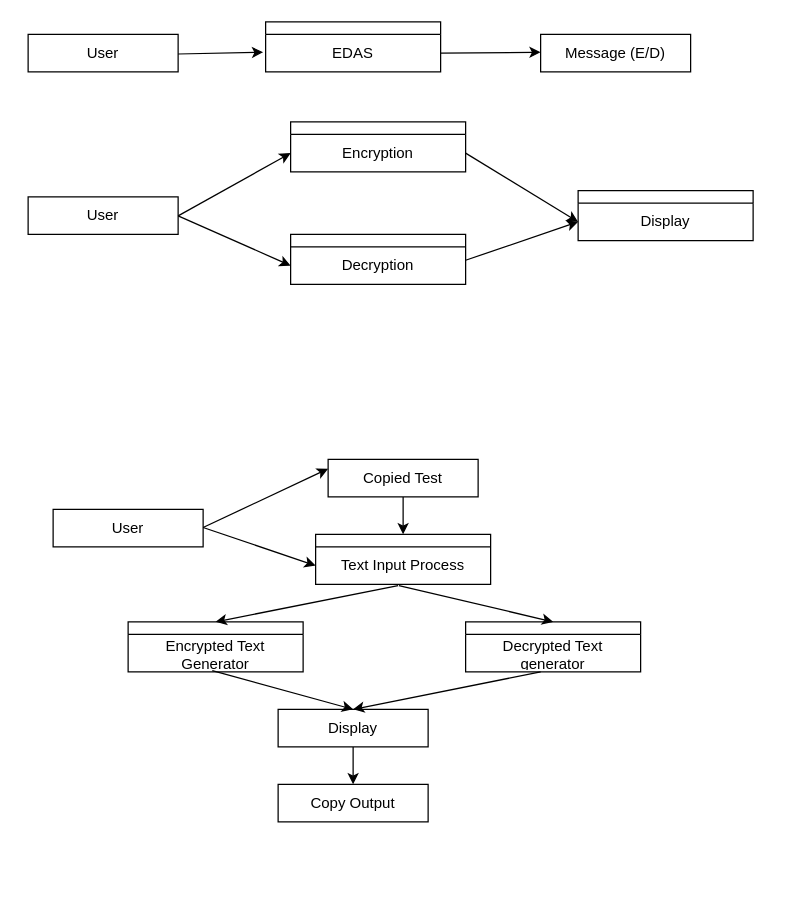
Earlier version of the draw.io diagram Information Analyst.drawio (unknownowl007/Nur-Tarikul-islam). Source tidied: cells renumbered, new cells numbered last; positions are measured from the earlier drawing's top-left corner, leaving out a move shared by most shapes. Both pictures are drawn from the tidied source at 125%, with x=0, y=0 at pixel (28, 21).
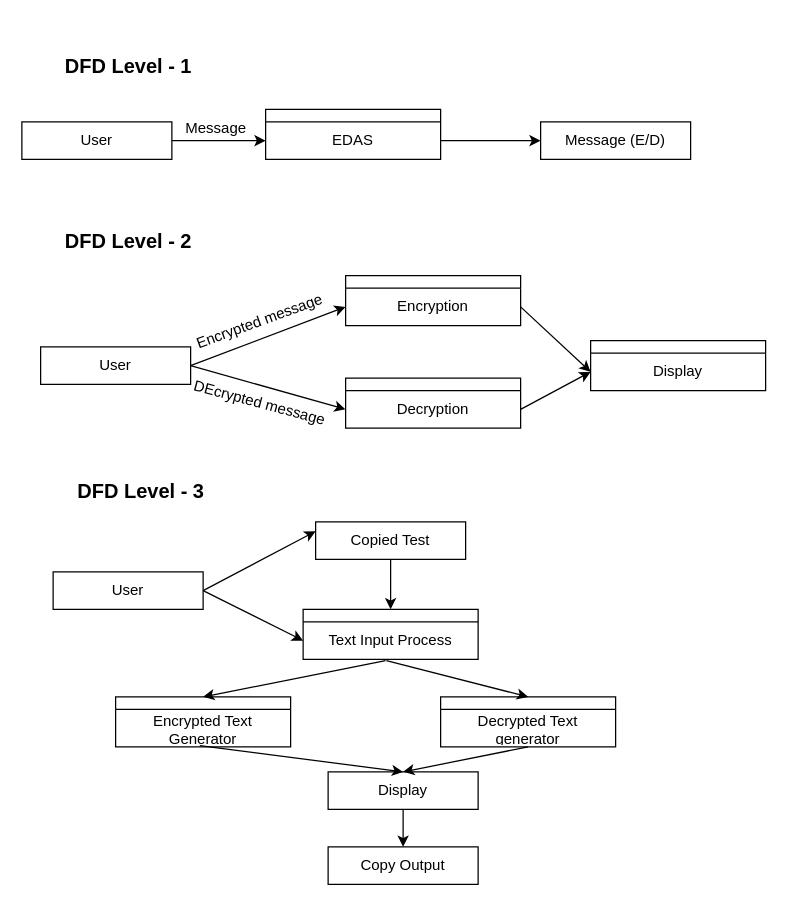
The same page after the edit.

Unchanged cells that the change refers to:
```xml
<mxCell id="4" value="EDAS" style="text;strokeColor=none;fillColor=none;align=center;verticalAlign=middle;spacingLeft=4;spacingRight=4;overflow=hidden;points=[[0,0.5],[1,0.5]];portConstraint=eastwest;whiteSpace=wrap;html=1;" parent="3" vertex="1">
  <mxGeometry y="10" width="140" height="30" as="geometry" />
</mxCell>
<mxCell id="10" value="Encryption" style="text;strokeColor=none;fillColor=none;align=center;verticalAlign=middle;spacingLeft=4;spacingRight=4;overflow=hidden;points=[[0,0.5],[1,0.5]];portConstraint=eastwest;whiteSpace=wrap;html=1;" parent="9" vertex="1">
  <mxGeometry y="10" width="140" height="30" as="geometry" />
</mxCell>
<mxCell id="12" value="Decryption" style="text;strokeColor=none;fillColor=none;align=center;verticalAlign=middle;spacingLeft=4;spacingRight=4;overflow=hidden;points=[[0,0.5],[1,0.5]];portConstraint=eastwest;whiteSpace=wrap;html=1;" parent="11" vertex="1">
  <mxGeometry y="10" width="140" height="30" as="geometry" />
</mxCell>
<mxCell id="15" value="Text Input Process" style="text;strokeColor=none;fillColor=none;align=center;verticalAlign=middle;spacingLeft=4;spacingRight=4;overflow=hidden;points=[[0,0.5],[1,0.5]];portConstraint=eastwest;whiteSpace=wrap;html=1;" parent="14" vertex="1">
  <mxGeometry y="10" width="140" height="30" as="geometry" />
</mxCell>
<mxCell id="24" value="Display" style="text;strokeColor=none;fillColor=none;align=center;verticalAlign=middle;spacingLeft=4;spacingRight=4;overflow=hidden;points=[[0,0.5],[1,0.5]];portConstraint=eastwest;whiteSpace=wrap;html=1;" parent="23" vertex="1">
  <mxGeometry y="10" width="140" height="30" as="geometry" />
</mxCell>
```

What changed in the source:
```diff
@@
     <mxCell id="2" value="User" style="rounded=0;whiteSpace=wrap;html=1;" parent="1" vertex="1">
-      <mxGeometry y="10" width="120" height="30" as="geometry" />
+      <mxGeometry x="-5" y="80" width="120" height="30" as="geometry" />
     </mxCell>
     <mxCell id="3" style="swimlane;fontStyle=0;horizontal=1;startSize=10;whiteSpace=wrap;html=1;" parent="1" vertex="1">
-      <mxGeometry x="190" width="140" height="40" as="geometry" />
+      <mxGeometry x="190" y="70" width="140" height="40" as="geometry" />
     </mxCell>
@@
     <mxCell id="5" value="Message (E/D)" style="rounded=0;whiteSpace=wrap;html=1;" parent="1" vertex="1">
-      <mxGeometry x="410" y="10" width="120" height="30" as="geometry" />
+      <mxGeometry x="410" y="80" width="120" height="30" as="geometry" />
     </mxCell>
-    <mxCell id="6" style="endArrow=classic;html=1;rounded=0;entryX=-0.014;entryY=0.289;entryDx=0;entryDy=0;entryPerimeter=0;" parent="1" edge="1">
-      <mxGeometry relative="1" as="geometry">
-        <mxPoint x="120" y="25.7" as="sourcePoint" />
-        <mxPoint x="188" y="24.3" as="targetPoint" />
-      </mxGeometry>
+    <mxCell id="6" style="endArrow=classic;html=1;rounded=0;entryX=0;entryY=0.5;entryDx=0;entryDy=0;exitX=1;exitY=0.5;exitDx=0;exitDy=0;" parent="1" edge="1" source="2" target="4">
+      <mxGeometry relative="1" as="geometry" />
     </mxCell>
-    <mxCell id="7" style="endArrow=classic;html=1;rounded=0;entryX=-0.014;entryY=0.289;entryDx=0;entryDy=0;entryPerimeter=0;exitX=1;exitY=0.5;exitDx=0;exitDy=0;" parent="1" edge="1" source="4">
-      <mxGeometry relative="1" as="geometry">
-        <mxPoint x="410" y="24.3" as="targetPoint" />
-      </mxGeometry>
+    <mxCell id="7" style="endArrow=classic;html=1;rounded=0;entryX=0;entryY=0.5;entryDx=0;entryDy=0;exitX=1;exitY=0.5;exitDx=0;exitDy=0;" parent="1" edge="1" source="4" target="5">
+      <mxGeometry relative="1" as="geometry" />
     </mxCell>
     <mxCell id="8" value="User" style="rounded=0;whiteSpace=wrap;html=1;" parent="1" vertex="1">
-      <mxGeometry y="140" width="120" height="30" as="geometry" />
+      <mxGeometry x="10" y="260" width="120" height="30" as="geometry" />
     </mxCell>
     <mxCell id="9" style="swimlane;fontStyle=0;horizontal=1;startSize=10;whiteSpace=wrap;html=1;" parent="1" vertex="1">
-      <mxGeometry x="210" y="80" width="140" height="40" as="geometry" />
+      <mxGeometry x="254" y="203" width="140" height="40" as="geometry" />
     </mxCell>
@@
     <mxCell id="11" style="swimlane;fontStyle=0;horizontal=1;startSize=10;whiteSpace=wrap;html=1;" parent="1" vertex="1">
-      <mxGeometry x="210" y="170" width="140" height="40" as="geometry" />
+      <mxGeometry x="254" y="285" width="140" height="40" as="geometry" />
     </mxCell>
@@
     <mxCell id="13" value="User" style="rounded=0;whiteSpace=wrap;html=1;" parent="1" vertex="1">
-      <mxGeometry x="20" y="390" width="120" height="30" as="geometry" />
+      <mxGeometry x="20" y="440" width="120" height="30" as="geometry" />
     </mxCell>
     <mxCell id="14" style="swimlane;fontStyle=0;horizontal=1;startSize=10;whiteSpace=wrap;html=1;" parent="1" vertex="1">
-      <mxGeometry x="230" y="410" width="140" height="40" as="geometry" />
+      <mxGeometry x="220" y="470" width="140" height="40" as="geometry" />
     </mxCell>
@@
     <mxCell id="16" value="Copied Test" style="rounded=0;whiteSpace=wrap;html=1;" parent="1" vertex="1">
-      <mxGeometry x="240" y="350" width="120" height="30" as="geometry" />
+      <mxGeometry x="230" y="400" width="120" height="30" as="geometry" />
     </mxCell>
     <mxCell id="17" value="Display" style="rounded=0;whiteSpace=wrap;html=1;" parent="1" vertex="1">
-      <mxGeometry x="200" y="550" width="120" height="30" as="geometry" />
+      <mxGeometry x="240" y="600" width="120" height="30" as="geometry" />
     </mxCell>
     <mxCell id="18" style="swimlane;fontStyle=0;horizontal=1;startSize=10;whiteSpace=wrap;html=1;" parent="1" vertex="1">
-      <mxGeometry x="80" y="480" width="140" height="40" as="geometry" />
+      <mxGeometry x="70" y="540" width="140" height="40" as="geometry" />
     </mxCell>
@@
     <mxCell id="20" style="swimlane;fontStyle=0;horizontal=1;startSize=10;whiteSpace=wrap;html=1;" parent="1" vertex="1">
-      <mxGeometry x="350" y="480" width="140" height="40" as="geometry" />
+      <mxGeometry x="330" y="540" width="140" height="40" as="geometry" />
     </mxCell>
@@
     <mxCell id="22" value="Copy Output" style="rounded=0;whiteSpace=wrap;html=1;" parent="1" vertex="1">
-      <mxGeometry x="200" y="610" width="120" height="30" as="geometry" />
+      <mxGeometry x="240" y="660" width="120" height="30" as="geometry" />
     </mxCell>
     <mxCell id="23" style="swimlane;fontStyle=0;horizontal=1;startSize=10;whiteSpace=wrap;html=1;" parent="1" vertex="1">
-      <mxGeometry x="440" y="135" width="140" height="40" as="geometry" />
+      <mxGeometry x="450" y="255" width="140" height="40" as="geometry" />
     </mxCell>
@@
-    <mxCell id="25" style="endArrow=classic;html=1;rounded=0;entryX=0;entryY=0.5;entryDx=0;entryDy=0;exitX=1;exitY=0.5;exitDx=0;exitDy=0;" parent="1" edge="1" target="10">
-      <mxGeometry relative="1" as="geometry">
-        <mxPoint x="120" y="155.2" as="sourcePoint" />
-      </mxGeometry>
+    <mxCell id="25" style="endArrow=classic;html=1;rounded=0;entryX=0;entryY=0.5;entryDx=0;entryDy=0;exitX=1;exitY=0.5;exitDx=0;exitDy=0;" parent="1" edge="1" source="8" target="10">
+      <mxGeometry relative="1" as="geometry" />
     </mxCell>
-    <mxCell id="26" style="endArrow=classic;html=1;rounded=0;entryX=0;entryY=0.5;entryDx=0;entryDy=0;exitX=1;exitY=0.5;exitDx=0;exitDy=0;" parent="1" edge="1" target="12">
-      <mxGeometry relative="1" as="geometry">
-        <mxPoint x="120" y="155.2" as="sourcePoint" />
-      </mxGeometry>
+    <mxCell id="26" style="endArrow=classic;html=1;rounded=0;entryX=0;entryY=0.5;entryDx=0;entryDy=0;exitX=1;exitY=0.5;exitDx=0;exitDy=0;" parent="1" edge="1" source="8" target="12">
+      <mxGeometry relative="1" as="geometry" />
     </mxCell>
@@
-    <mxCell id="28" style="endArrow=classic;html=1;rounded=0;entryX=0;entryY=0.5;entryDx=0;entryDy=0;exitX=1;exitY=0.5;exitDx=0;exitDy=0;" parent="1" edge="1" target="24">
-      <mxGeometry relative="1" as="geometry">
-        <mxPoint x="350" y="190.7" as="sourcePoint" />
-      </mxGeometry>
+    <mxCell id="28" style="endArrow=classic;html=1;rounded=0;entryX=0;entryY=0.5;entryDx=0;entryDy=0;exitX=1;exitY=0.5;exitDx=0;exitDy=0;" parent="1" edge="1" source="12" target="24">
+      <mxGeometry relative="1" as="geometry" />
     </mxCell>
-    <mxCell id="29" style="endArrow=classic;html=1;rounded=0;entryX=0;entryY=0.25;entryDx=0;entryDy=0;" parent="1" edge="1" target="16">
-      <mxGeometry relative="1" as="geometry">
-        <mxPoint x="140" y="404.5" as="sourcePoint" />
-      </mxGeometry>
+    <mxCell id="29" style="endArrow=classic;html=1;rounded=0;entryX=0;entryY=0.25;entryDx=0;entryDy=0;exitX=1;exitY=0.5;exitDx=0;exitDy=0;" parent="1" edge="1" source="13" target="16">
+      <mxGeometry relative="1" as="geometry" />
     </mxCell>
-    <mxCell id="30" style="endArrow=classic;html=1;rounded=0;entryX=0;entryY=0.5;entryDx=0;entryDy=0;" parent="1" edge="1" target="15">
-      <mxGeometry relative="1" as="geometry">
-        <mxPoint x="140" y="404.5" as="sourcePoint" />
-      </mxGeometry>
+    <mxCell id="30" style="endArrow=classic;html=1;rounded=0;entryX=0;entryY=0.5;entryDx=0;entryDy=0;exitX=1;exitY=0.5;exitDx=0;exitDy=0;" parent="1" edge="1" source="13" target="15">
+      <mxGeometry relative="1" as="geometry" />
     </mxCell>
@@
-    <mxCell id="36" style="endArrow=classic;html=1;rounded=0;entryX=0.5;entryY=0;entryDx=0;entryDy=0;" parent="1" edge="1" target="17">
-      <mxGeometry relative="1" as="geometry">
-        <mxPoint x="410" y="520" as="sourcePoint" />
-      </mxGeometry>
+    <mxCell id="36" style="endArrow=classic;html=1;rounded=0;entryX=0.5;entryY=0;entryDx=0;entryDy=0;exitX=0.5;exitY=1;exitDx=0;exitDy=0;" parent="1" edge="1" source="20" target="17">
+      <mxGeometry relative="1" as="geometry" />
     </mxCell>
+    <mxCell id="37" value="Message" style="text;html=1;align=center;verticalAlign=middle;strokeColor=none;fillColor=none;" parent="1" vertex="1">
+      <mxGeometry x="115" y="70" width="70" height="30" as="geometry" />
+    </mxCell>
+    <mxCell id="38" value="&lt;b&gt;&lt;font style=&quot;font-size: 16px;&quot;&gt;DFD Level - 1&lt;/font&gt;&lt;/b&gt;" style="text;html=1;align=center;verticalAlign=middle;strokeColor=none;fillColor=none;" parent="1" vertex="1">
+      <mxGeometry x="20" y="20" width="120" height="30" as="geometry" />
+    </mxCell>
+    <mxCell id="39" value="&lt;b&gt;&lt;font style=&quot;font-size: 16px;&quot;&gt;DFD Level - 2&lt;/font&gt;&lt;/b&gt;" style="text;html=1;align=center;verticalAlign=middle;strokeColor=none;fillColor=none;" parent="1" vertex="1">
+      <mxGeometry x="20" y="160" width="120" height="30" as="geometry" />
+    </mxCell>
+    <mxCell id="40" value="Encrypted message" style="text;html=1;align=center;verticalAlign=middle;strokeColor=none;fillColor=none;rotation=-20;" parent="1" vertex="1">
+      <mxGeometry x="120" y="225" width="130" height="30" as="geometry" />
+    </mxCell>
+    <mxCell id="41" value="DEcrypted message" style="text;html=1;align=center;verticalAlign=middle;strokeColor=none;fillColor=none;rotation=15;" parent="1" vertex="1">
+      <mxGeometry x="120" y="290" width="130" height="30" as="geometry" />
+    </mxCell>
+    <mxCell id="42" value="&lt;b&gt;&lt;font style=&quot;font-size: 16px;&quot;&gt;DFD Level - 3&lt;/font&gt;&lt;/b&gt;" style="text;html=1;align=center;verticalAlign=middle;strokeColor=none;fillColor=none;" parent="1" vertex="1">
+      <mxGeometry x="30" y="360" width="120" height="30" as="geometry" />
+    </mxCell>
```
